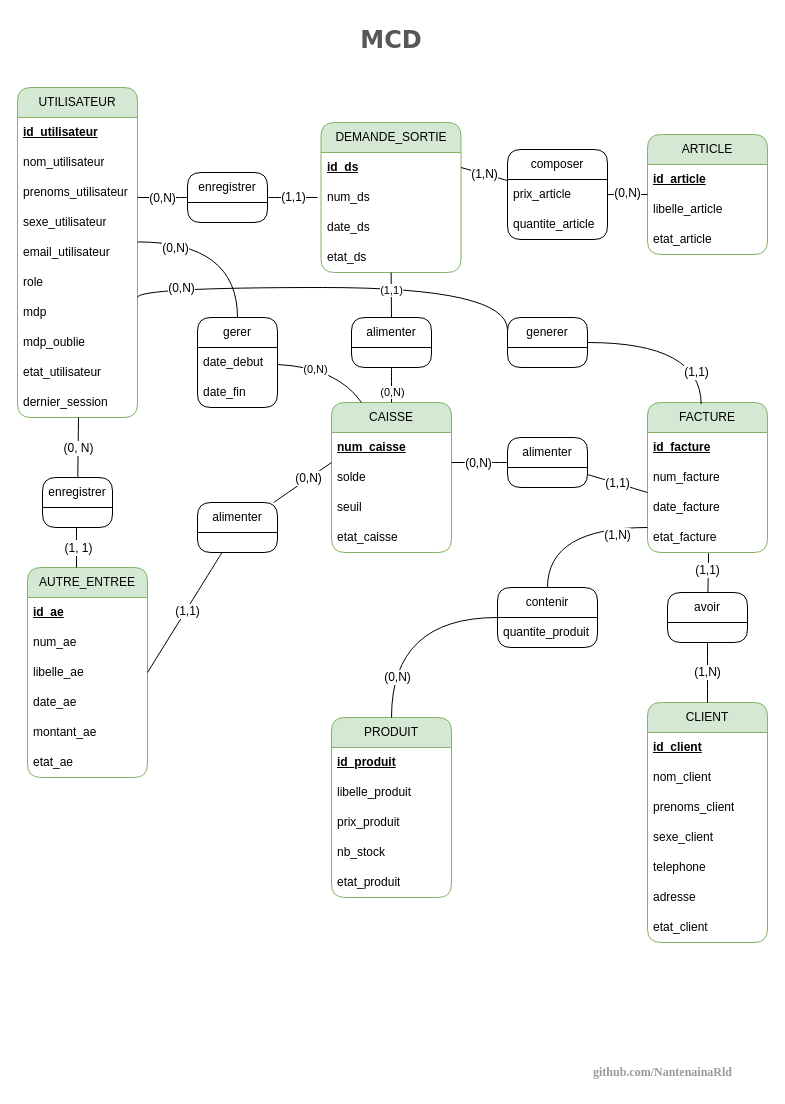
Above: page "Page-1" (2 of 5) of documents/flux_mcd_mld_mct_mot.drawio in NantenainaRld/www-faktiora-mg (draw.io), before the change. Source tidied: cells renumbered, new cells numbered last; positions are measured from the earlier drawing's top-left corner, leaving out a move shared by most shapes. Both pictures are drawn from the tidied source at 100%, with x=0, y=0 at pixel (17, 17).
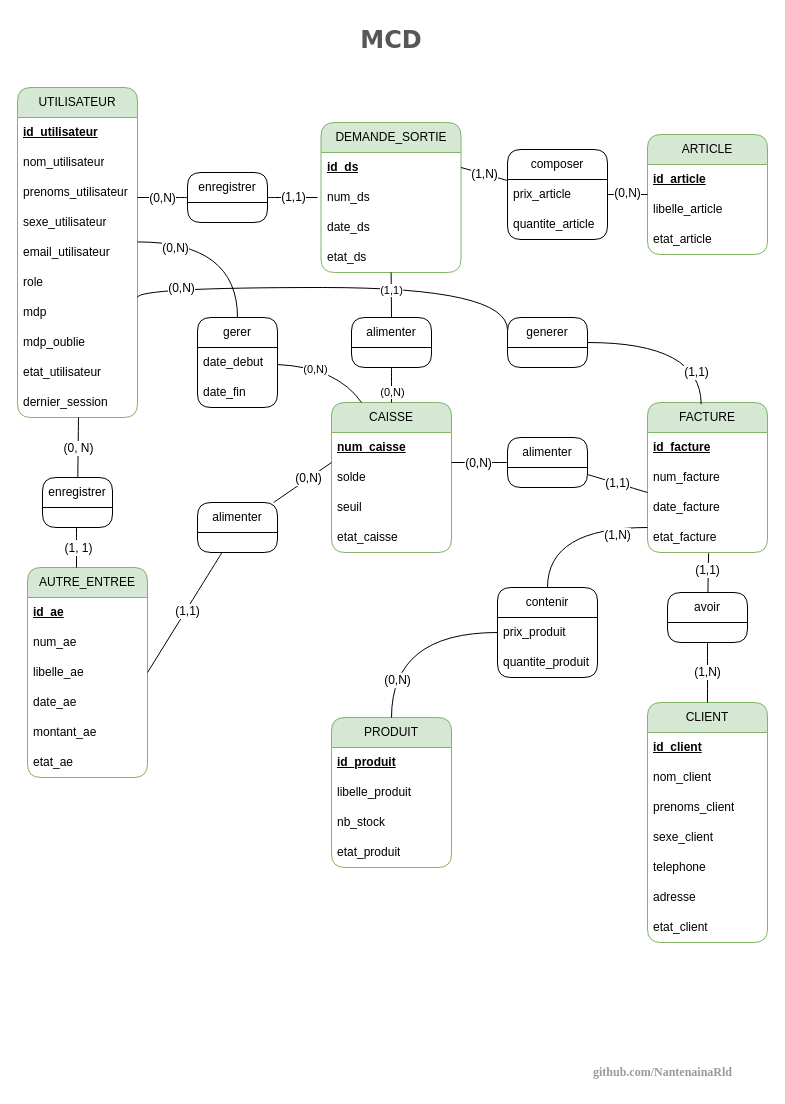
The same page after the edit.

What changed in the source:
```diff
@@
     <mxCell id="62" value="PRODUIT" style="swimlane;fontStyle=0;horizontal=1;startSize=30;whiteSpace=wrap;html=1;swimlaneFillColor=none;fillColor=#d5e8d4;strokeColor=#82b366;rounded=1;" parent="1" vertex="1">
-      <mxGeometry x="314" y="700" width="120" height="180" as="geometry" />
+      <mxGeometry x="314" y="700" width="120" height="150" as="geometry" />
     </mxCell>
@@
-    <mxCell id="65" value="prix_produit" style="text;strokeColor=none;fillColor=none;align=left;verticalAlign=middle;spacingLeft=4;spacingRight=4;overflow=hidden;whiteSpace=wrap;html=1;rounded=1;" parent="62" vertex="1">
-      <mxGeometry y="90" width="120" height="30" as="geometry" />
-    </mxCell>
     <mxCell id="66" value="nb_stock" style="text;strokeColor=none;fillColor=none;align=left;verticalAlign=middle;spacingLeft=4;spacingRight=4;overflow=hidden;whiteSpace=wrap;html=1;rounded=1;" parent="62" vertex="1">
-      <mxGeometry y="120" width="120" height="30" as="geometry" />
+      <mxGeometry y="90" width="120" height="30" as="geometry" />
     </mxCell>
     <mxCell id="67" value="etat_produit" style="text;strokeColor=none;fillColor=none;align=left;verticalAlign=middle;spacingLeft=4;spacingRight=4;overflow=hidden;whiteSpace=wrap;html=1;rounded=1;" parent="62" vertex="1">
-      <mxGeometry y="150" width="120" height="30" as="geometry" />
+      <mxGeometry y="120" width="120" height="30" as="geometry" />
     </mxCell>
@@
     <mxCell id="88" value="contenir" style="swimlane;fontStyle=0;horizontal=1;startSize=30;whiteSpace=wrap;html=1;swimlaneFillColor=none;rounded=1;" parent="1" vertex="1">
-      <mxGeometry x="480" y="570" width="100" height="60" as="geometry" />
+      <mxGeometry x="480" y="570" width="100" height="90" as="geometry" />
     </mxCell>
+    <mxCell id="65" value="prix_produit" style="text;strokeColor=none;fillColor=none;align=left;verticalAlign=middle;spacingLeft=4;spacingRight=4;overflow=hidden;whiteSpace=wrap;html=1;rounded=1;" parent="88" vertex="1">
+      <mxGeometry y="30" width="100" height="30" as="geometry" />
+    </mxCell>
     <mxCell id="89" value="quantite_produit" style="text;strokeColor=none;fillColor=none;align=left;verticalAlign=middle;spacingLeft=4;spacingRight=4;overflow=hidden;whiteSpace=wrap;html=1;rounded=1;" parent="88" vertex="1">
-      <mxGeometry y="30" width="100" height="30" as="geometry" />
+      <mxGeometry y="60" width="100" height="30" as="geometry" />
     </mxCell>
```
